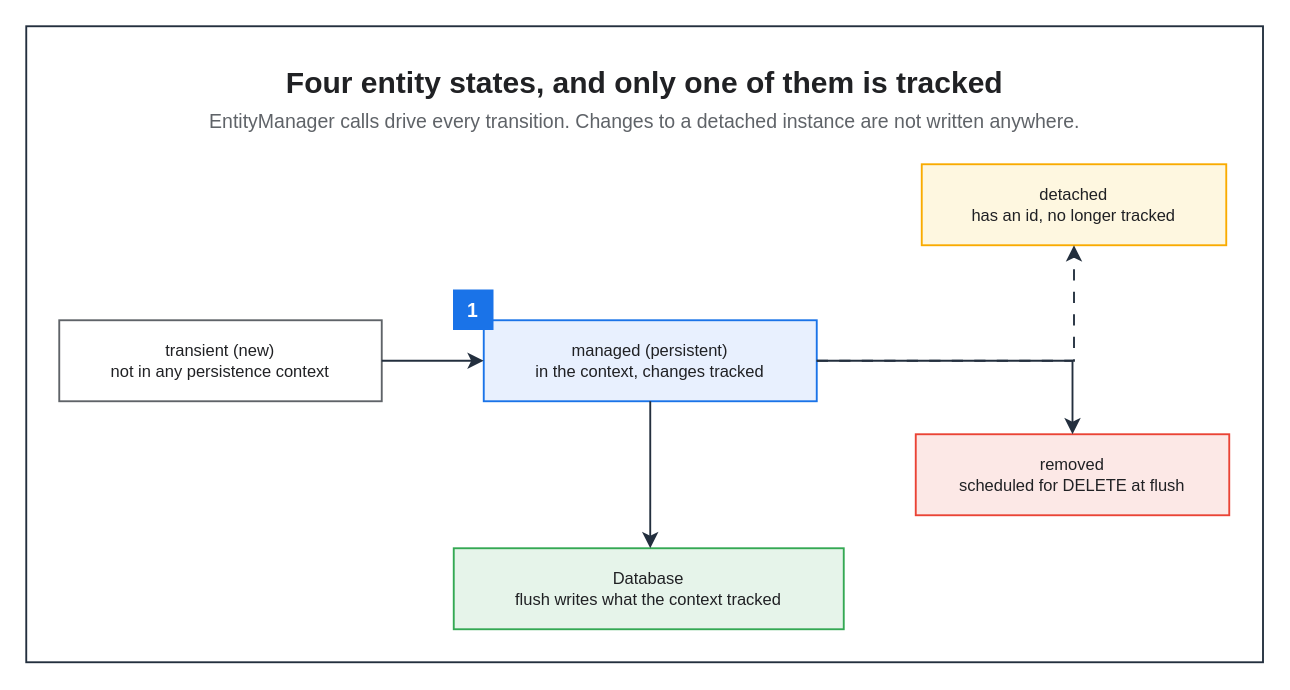
The draw.io diagram assets/img/spring/spring-16-entity-states.drawio in KKamJi98/kkamji98.github.io, before the edit. Source tidied: cells renumbered, new cells numbered last; positions are measured from the earlier drawing's top-left corner, leaving out a move shared by most shapes. Both pictures are drawn from the tidied source at 150%, with x=0, y=0 at pixel (26, 26).
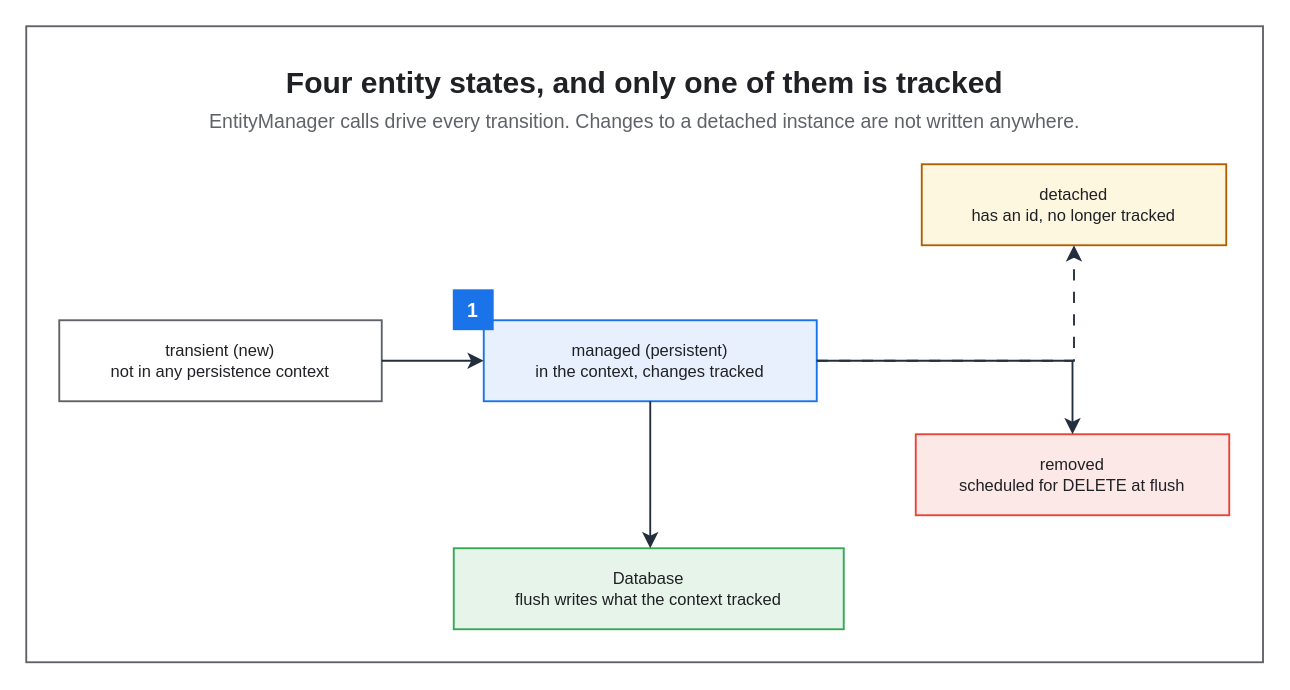
Above is the later version.

What changed in the source:
```diff
@@
 <mxGraphModel background="#FFFFFF">
   <root>
     <mxCell id="0" />
     <mxCell id="1" parent="0" />
-    <mxCell id="2" style="rounded=0;html=0;fillColor=none;strokeColor=#232F3E;fontColor=#202124;strokeWidth=1.25;" parent="1" vertex="1">
+    <mxCell id="2" style="rounded=0;html=0;fillColor=none;strokeColor=#5F6368;fontColor=#202124;strokeWidth=1.25;" parent="1" vertex="1">
       <mxGeometry width="824.5" height="424" as="geometry" />
     </mxCell>
     <mxCell id="3" value="Four entity states, and only one of them is tracked" style="text;html=0;whiteSpace=wrap;fillColor=none;strokeColor=none;fontColor=#202124;fontSize=20;fontStyle=1;align=center;verticalAlign=middle;" parent="1" vertex="1">
       <mxGeometry x="22" y="22" width="780.5" height="30" as="geometry" />
     </mxCell>
     <mxCell id="4" value="EntityManager calls drive every transition. Changes to a detached instance are not written anywhere." style="text;html=0;whiteSpace=wrap;fillColor=none;strokeColor=none;fontColor=#5F6368;fontSize=13;fontStyle=0;align=center;verticalAlign=middle;" parent="1" vertex="1">
       <mxGeometry x="22" y="52" width="780.5" height="22" as="geometry" />
     </mxCell>
     <mxCell id="5" value="transient (new)&#10;not in any persistence context" style="rounded=0;whiteSpace=wrap;html=0;fillColor=#FFFFFF;strokeColor=#5F6368;fontColor=#202124;fontSize=11;fontStyle=0;align=center;verticalAlign=middle;spacingLeft=6;spacingRight=6;strokeWidth=1.25;" parent="1" vertex="1">
       <mxGeometry x="22" y="196" width="215" height="54" as="geometry" />
     </mxCell>
     <mxCell id="6" value="managed (persistent)&#10;in the context, changes tracked" style="rounded=0;whiteSpace=wrap;html=0;fillColor=#E8F0FE;strokeColor=#1A73E8;fontColor=#202124;fontSize=11;fontStyle=0;align=center;verticalAlign=middle;spacingLeft=6;spacingRight=6;strokeWidth=1.25;" parent="1" vertex="1">
       <mxGeometry x="305" y="196" width="222" height="54" as="geometry" />
     </mxCell>
-    <mxCell id="7" value="detached&#10;has an id, no longer tracked" style="rounded=0;whiteSpace=wrap;html=0;fillColor=#FEF7E0;strokeColor=#F9AB00;fontColor=#202124;fontSize=11;fontStyle=0;align=center;verticalAlign=middle;spacingLeft=6;spacingRight=6;strokeWidth=1.25;" parent="1" vertex="1">
+    <mxCell id="7" value="detached&#10;has an id, no longer tracked" style="rounded=0;whiteSpace=wrap;html=0;fillColor=#FEF7E0;strokeColor=#B06000;fontColor=#202124;fontSize=11;fontStyle=0;align=center;verticalAlign=middle;spacingLeft=6;spacingRight=6;strokeWidth=1.25;" parent="1" vertex="1">
       <mxGeometry x="597" y="92" width="203" height="54" as="geometry" />
     </mxCell>
     <mxCell id="8" value="removed&#10;scheduled for DELETE at flush" style="rounded=0;whiteSpace=wrap;html=0;fillColor=#FCE8E6;strokeColor=#EA4335;fontColor=#202124;fontSize=11;fontStyle=0;align=center;verticalAlign=middle;spacingLeft=6;spacingRight=6;strokeWidth=1.25;" parent="1" vertex="1">
       <mxGeometry x="593" y="272" width="209" height="54" as="geometry" />
     </mxCell>
     <mxCell id="9" value="Database&#10;flush writes what the context tracked" style="rounded=0;whiteSpace=wrap;html=0;fillColor=#E6F4EA;strokeColor=#34A853;fontColor=#202124;fontSize=11;fontStyle=0;align=center;verticalAlign=middle;spacingLeft=6;spacingRight=6;strokeWidth=1.25;" parent="1" vertex="1">
       <mxGeometry x="285" y="348" width="260" height="54" as="geometry" />
     </mxCell>
-    <mxCell id="10" value="1" style="rounded=0;whiteSpace=wrap;html=0;fillColor=#1A73E8;strokeColor=#1A73E8;fontColor=#FFFFFF;fontSize=13;fontStyle=1;align=center;verticalAlign=middle;" parent="1" vertex="1">
+    <mxCell id="10" value="1" style="rounded=0;whiteSpace=wrap;html=0;fillColor=#1A73E8;strokeColor=#1A73E8;fontColor=#FFFFFF;fontSize=13;fontStyle=1;align=center;verticalAlign=middle;strokeWidth=1.25;" parent="1" vertex="1">
       <mxGeometry x="285" y="176" width="26" height="26" as="geometry" />
     </mxCell>
     <mxCell id="11" style="edgeStyle=orthogonalEdgeStyle;rounded=0;html=0;strokeColor=#232F3E;strokeWidth=1.25;endArrow=classic;endFill=1;endSize=7;fontSize=11;fontColor=#202124;labelBackgroundColor=none;jettySize=14;exitX=1;exitY=0.5;entryX=0;entryY=0.5;exitDx=0;exitDy=0;entryDx=0;entryDy=0;" parent="1" edge="1" source="5" target="6">
       <mxGeometry relative="1" as="geometry" />
     </mxCell>
     <mxCell id="12" style="edgeStyle=orthogonalEdgeStyle;rounded=0;html=0;strokeColor=#232F3E;strokeWidth=1.25;endArrow=classic;endFill=1;endSize=7;fontSize=11;fontColor=#202124;labelBackgroundColor=none;jettySize=14;dashed=1;dashPattern=6 6;exitX=1;exitY=0.5;entryX=0.5;entryY=1;exitDx=0;exitDy=0;entryDx=0;entryDy=0;" parent="1" edge="1" source="6" target="7">
       <mxGeometry relative="1" as="geometry">
         <Array as="points">
           <mxPoint x="698.5" y="223" />
         </Array>
       </mxGeometry>
     </mxCell>
     <mxCell id="13" style="edgeStyle=orthogonalEdgeStyle;rounded=0;html=0;strokeColor=#232F3E;strokeWidth=1.25;endArrow=classic;endFill=1;endSize=7;fontSize=11;fontColor=#202124;labelBackgroundColor=none;jettySize=14;exitX=1;exitY=0.5;entryX=0.5;entryY=0;exitDx=0;exitDy=0;entryDx=0;entryDy=0;" parent="1" edge="1" source="6" target="8">
       <mxGeometry relative="1" as="geometry">
         <Array as="points">
           <mxPoint x="697.5" y="223" />
         </Array>
       </mxGeometry>
     </mxCell>
     <mxCell id="14" style="edgeStyle=orthogonalEdgeStyle;rounded=0;html=0;strokeColor=#232F3E;strokeWidth=1.25;endArrow=classic;endFill=1;endSize=7;fontSize=11;fontColor=#202124;labelBackgroundColor=none;jettySize=14;exitX=0.5;exitY=1;entryX=0.5038;entryY=0;exitDx=0;exitDy=0;entryDx=0;entryDy=0;" parent="1" edge="1" source="6" target="9">
       <mxGeometry relative="1" as="geometry" />
     </mxCell>
   </root>
 </mxGraphModel>
```
